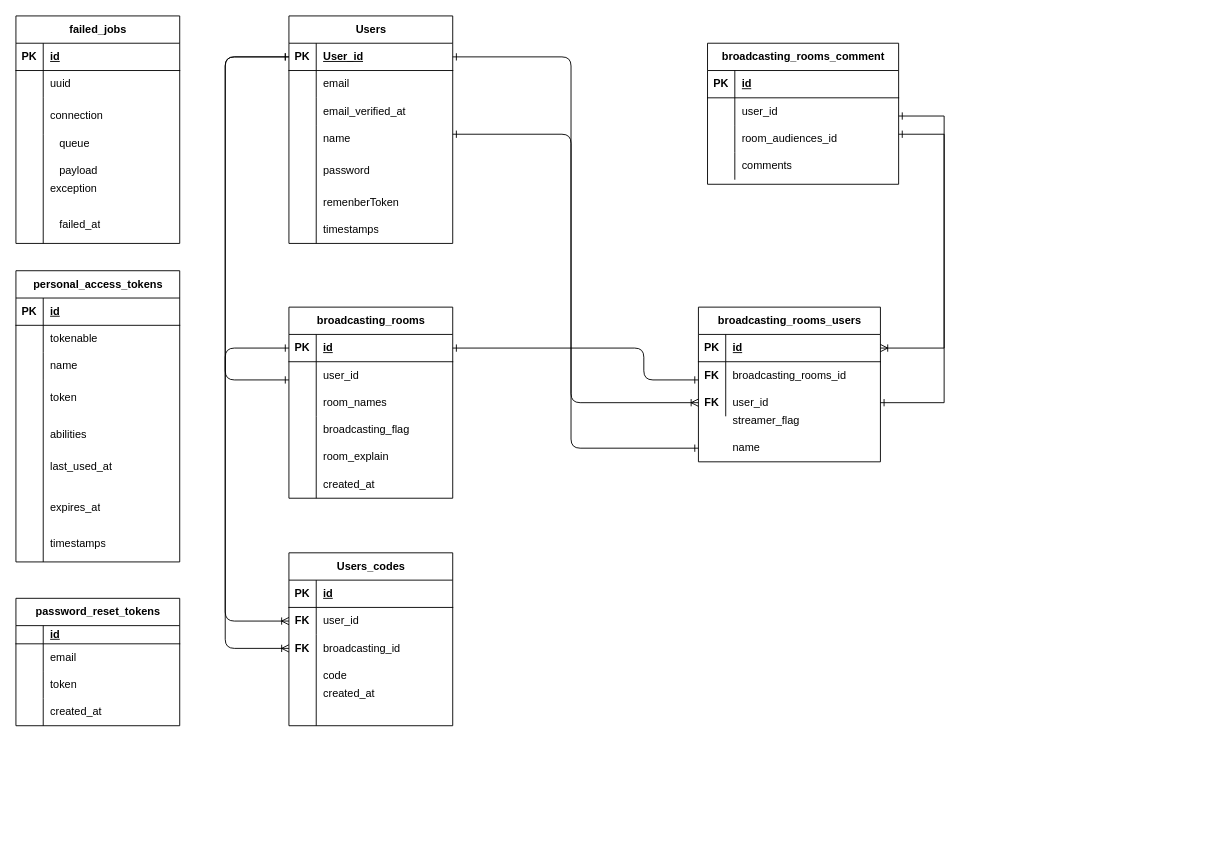
Earlier version of the draw.io diagram ER図_G-voice.drawio (Taka-ho/G-voice). Source tidied: cells renumbered, new cells numbered last; positions are measured from the earlier drawing's top-left corner, leaving out a move shared by most shapes. Both pictures are drawn from the tidied source at 91%, with x=0, y=0 at pixel (15, 15).
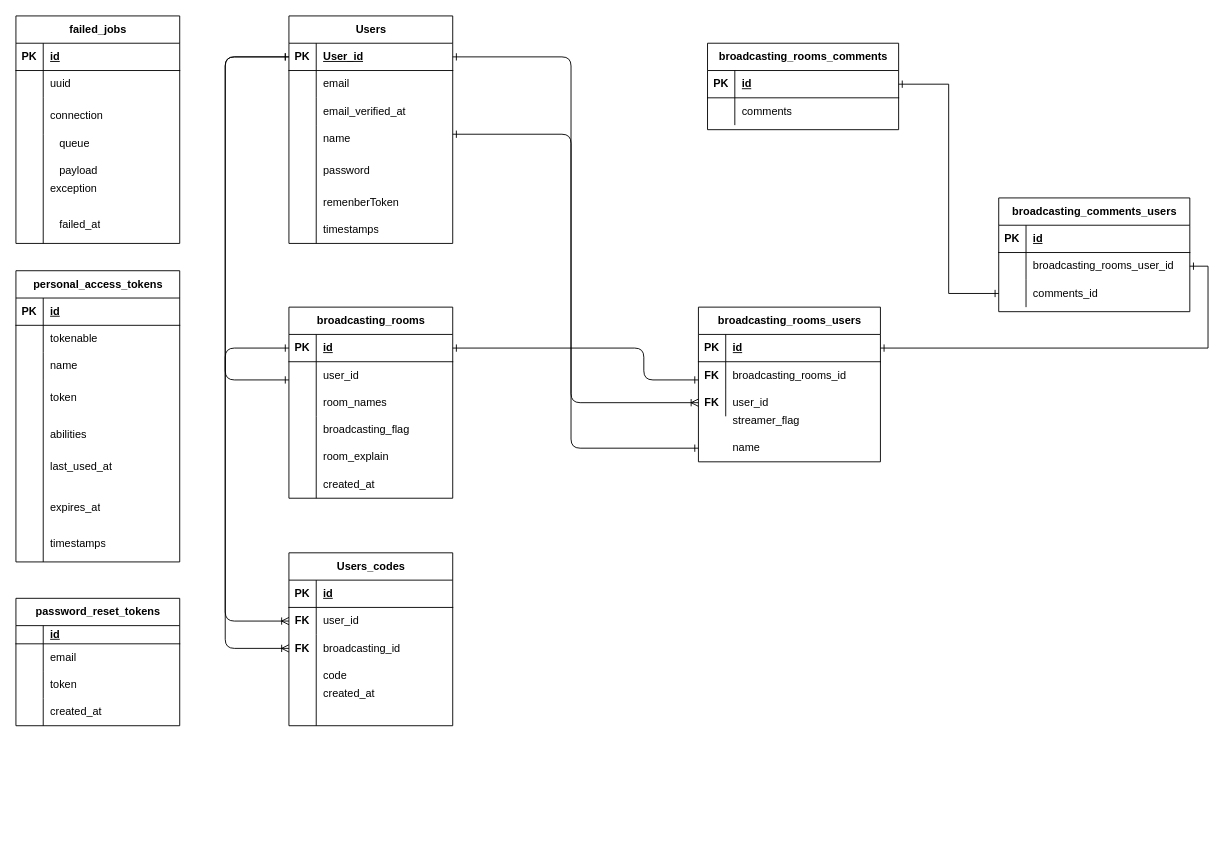
The same page after the edit.

The change refers to these unchanged cells:
```xml
<mxCell id="42" style="shape=tableRow;horizontal=0;startSize=0;swimlaneHead=0;swimlaneBody=0;fillColor=none;points=[[0,0.5],[1,0.5]];portConstraint=eastwest;top=0;left=0;right=0;bottom=1;" parent="41" vertex="1">
  <mxGeometry y="30" width="200" height="30" as="geometry" />
</mxCell>
<mxCell id="48" style="shape=tableRow;horizontal=0;startSize=0;swimlaneHead=0;swimlaneBody=0;fillColor=none;points=[[0,0.5],[1,0.5]];portConstraint=eastwest;top=0;left=0;right=0;bottom=0;" parent="41" vertex="1">
  <mxGeometry y="90" width="200" height="30" as="geometry" />
</mxCell>
<mxCell id="115" style="shape=tableRow;horizontal=0;startSize=0;swimlaneHead=0;swimlaneBody=0;fillColor=none;points=[[0,0.5],[1,0.5]];portConstraint=eastwest;top=0;left=0;right=0;bottom=1;" parent="114" vertex="1">
  <mxGeometry y="30" width="210" height="30" as="geometry" />
</mxCell>
```

What changed in the source:
```diff
@@
-    <mxCell id="113" style="edgeStyle=orthogonalEdgeStyle;rounded=0;jettySize=auto;html=1;entryX=1;entryY=0.5;entryDx=0;entryDy=0;startArrow=ERone;startFill=0;endArrow=ERone;endFill=0;" parent="1" edge="1" source="114" target="48">
-      <mxGeometry relative="1" as="geometry">
-        <Array as="points">
-          <mxPoint x="1020" y="110" />
-          <mxPoint x="1020" y="425" />
-        </Array>
-      </mxGeometry>
-    </mxCell>
-    <mxCell id="114" value="broadcasting_rooms_comment" style="shape=table;startSize=30;childLayout=tableLayout;rowLines=0;fontStyle=1;align=center;html=1;" parent="1" vertex="1">
-      <mxGeometry x="760" y="30" width="210" height="155" as="geometry" />
+    <mxCell id="114" value="broadcasting_rooms_comments" style="shape=table;startSize=30;childLayout=tableLayout;rowLines=0;fontStyle=1;align=center;html=1;" parent="1" vertex="1">
+      <mxGeometry x="760" y="30" width="210" height="95" as="geometry" />
     </mxCell>
@@
-    <mxCell id="118" style="shape=tableRow;horizontal=0;startSize=0;swimlaneHead=0;swimlaneBody=0;fillColor=none;points=[[0,0.5],[1,0.5]];portConstraint=eastwest;top=0;left=0;right=0;bottom=0;" parent="114" vertex="1">
-      <mxGeometry y="60" width="210" height="30" as="geometry" />
-    </mxCell>
-    <mxCell id="119" style="shape=partialRectangle;fillColor=none;top=0;left=0;bottom=0;right=0;overflow=hidden;whiteSpace=wrap;html=1;" parent="118" vertex="1">
-      <mxGeometry width="30" height="30" as="geometry" />
-    </mxCell>
-    <mxCell id="120" value="user_id" style="shape=partialRectangle;fillColor=none;top=0;left=0;bottom=0;right=0;align=left;spacingLeft=6;overflow=hidden;whiteSpace=wrap;html=1;" parent="118" vertex="1">
-      <mxGeometry x="30" width="180" height="30" as="geometry" />
-    </mxCell>
-    <mxCell id="121" style="shape=tableRow;horizontal=0;startSize=0;swimlaneHead=0;swimlaneBody=0;fillColor=none;points=[[0,0.5],[1,0.5]];portConstraint=eastwest;top=0;left=0;right=0;bottom=0;" parent="114" vertex="1">
-      <mxGeometry y="90" width="210" height="30" as="geometry" />
-    </mxCell>
-    <mxCell id="122" style="shape=partialRectangle;fillColor=none;top=0;left=0;bottom=0;right=0;overflow=hidden;whiteSpace=wrap;html=1;" parent="121" vertex="1">
-      <mxGeometry width="30" height="30" as="geometry" />
-    </mxCell>
-    <mxCell id="123" value="room_audiences_id" style="shape=partialRectangle;fillColor=none;top=0;left=0;bottom=0;right=0;align=left;spacingLeft=6;overflow=hidden;whiteSpace=wrap;html=1;" parent="121" vertex="1">
-      <mxGeometry x="30" width="180" height="30" as="geometry" />
-    </mxCell>
     <mxCell id="124" style="shape=tableRow;horizontal=0;startSize=0;swimlaneHead=0;swimlaneBody=0;fillColor=none;top=0;left=0;right=0;bottom=0;" parent="114" vertex="1">
-      <mxGeometry y="120" width="210" height="30" as="geometry" />
+      <mxGeometry y="60" width="210" height="30" as="geometry" />
     </mxCell>
@@
-    <mxCell id="134" style="edgeStyle=orthogonalEdgeStyle;rounded=0;jettySize=auto;html=1;entryX=1;entryY=0.5;entryDx=0;entryDy=0;startArrow=ERone;startFill=0;endArrow=ERoneToMany;endFill=0;" parent="1" edge="1" source="121" target="42">
-      <mxGeometry relative="1" as="geometry">
-        <Array as="points">
-          <mxPoint x="1020" y="130" />
-          <mxPoint x="1020" y="365" />
-        </Array>
-      </mxGeometry>
-    </mxCell>
+    <mxCell id="135" value="broadcasting_comments_users" style="shape=table;startSize=30;childLayout=tableLayout;rowLines=0;fontStyle=1;align=center;html=1;" parent="1" vertex="1">
+      <mxGeometry x="1080" y="200" width="210" height="125" as="geometry" />
+    </mxCell>
+    <mxCell id="136" style="shape=tableRow;horizontal=0;startSize=0;swimlaneHead=0;swimlaneBody=0;fillColor=none;top=0;left=0;right=0;bottom=1;" parent="135" vertex="1">
+      <mxGeometry y="30" width="210" height="30" as="geometry" />
+    </mxCell>
+    <mxCell id="137" value="PK" style="shape=partialRectangle;fillColor=none;top=0;left=0;bottom=0;right=0;fontStyle=1;overflow=hidden;whiteSpace=wrap;html=1;" parent="136" vertex="1">
+      <mxGeometry width="30" height="30" as="geometry" />
+    </mxCell>
+    <mxCell id="138" value="id" style="shape=partialRectangle;fillColor=none;top=0;left=0;bottom=0;right=0;align=left;spacingLeft=6;fontStyle=5;overflow=hidden;whiteSpace=wrap;html=1;" parent="136" vertex="1">
+      <mxGeometry x="30" width="180" height="30" as="geometry" />
+    </mxCell>
+    <mxCell id="118" style="shape=tableRow;horizontal=0;startSize=0;swimlaneHead=0;swimlaneBody=0;fillColor=none;points=[[0,0.5],[1,0.5]];portConstraint=eastwest;top=0;left=0;right=0;bottom=0;" parent="135" vertex="1">
+      <mxGeometry y="60" width="210" height="30" as="geometry" />
+    </mxCell>
+    <mxCell id="139" style="shape=partialRectangle;fillColor=none;top=0;left=0;bottom=0;right=0;overflow=hidden;whiteSpace=wrap;html=1;" parent="118" vertex="1">
+      <mxGeometry width="30" height="30" as="geometry" />
+    </mxCell>
+    <mxCell id="140" value="broadcasting_rooms_user_id" style="shape=partialRectangle;fillColor=none;top=0;left=0;bottom=0;right=0;align=left;spacingLeft=6;overflow=hidden;whiteSpace=wrap;html=1;" parent="118" vertex="1">
+      <mxGeometry x="30" width="180" height="30" as="geometry" />
+    </mxCell>
+    <mxCell id="121" style="shape=tableRow;horizontal=0;startSize=0;swimlaneHead=0;swimlaneBody=0;fillColor=none;points=[[0,0.5],[1,0.5]];portConstraint=eastwest;top=0;left=0;right=0;bottom=0;" parent="135" vertex="1">
+      <mxGeometry y="90" width="210" height="30" as="geometry" />
+    </mxCell>
+    <mxCell id="141" style="shape=partialRectangle;fillColor=none;top=0;left=0;bottom=0;right=0;overflow=hidden;whiteSpace=wrap;html=1;" parent="121" vertex="1">
+      <mxGeometry width="30" height="30" as="geometry" />
+    </mxCell>
+    <mxCell id="142" value="comments_id" style="shape=partialRectangle;fillColor=none;top=0;left=0;bottom=0;right=0;align=left;spacingLeft=6;overflow=hidden;whiteSpace=wrap;html=1;" parent="121" vertex="1">
+      <mxGeometry x="30" width="180" height="30" as="geometry" />
+    </mxCell>
+    <mxCell id="143" style="edgeStyle=orthogonalEdgeStyle;rounded=0;jettySize=auto;html=1;entryX=1;entryY=0.5;entryDx=0;entryDy=0;endArrow=ERone;endFill=0;startArrow=ERone;startFill=0;" parent="1" edge="1" source="42" target="118">
+      <mxGeometry relative="1" as="geometry" />
+    </mxCell>
+    <mxCell id="144" style="edgeStyle=orthogonalEdgeStyle;rounded=0;jettySize=auto;html=1;entryX=0;entryY=0.5;entryDx=0;entryDy=0;startArrow=ERone;startFill=0;endArrow=ERone;endFill=0;" parent="1" edge="1" source="115" target="121">
+      <mxGeometry relative="1" as="geometry" />
+    </mxCell>
```
